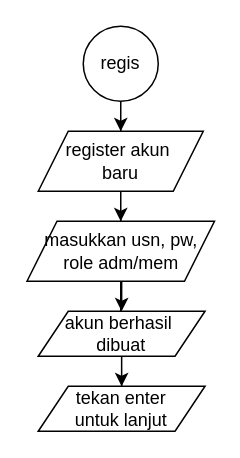
cipa-dev/praktikum-apd keeps this draw.io diagram as A1-2025/flowchart posttest apd 5 regis.drawio. Above is the earlier version. Source tidied: cells renumbered, new cells numbered last; positions are measured from the earlier drawing's top-left corner, leaving out a move shared by most shapes. Both pictures are drawn from the tidied source at 150%, with x=0, y=0 at pixel (27, 26).
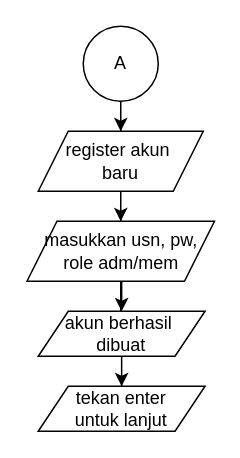
The same page after the edit.

The edit, as a diff of the source:
```diff
@@
 <mxGraphModel>
   <root>
     <mxCell id="0" />
     <mxCell id="1" parent="0" />
     <mxCell id="2" style="edgeStyle=orthogonalEdgeStyle;rounded=0;jettySize=auto;html=1;" parent="1" edge="1" source="3" target="5">
       <mxGeometry relative="1" as="geometry" />
     </mxCell>
-    <mxCell id="3" value="regis" style="ellipse;whiteSpace=wrap;html=1;" parent="1" vertex="1">
+    <mxCell id="3" value="A" style="ellipse;whiteSpace=wrap;html=1;" parent="1" vertex="1">
       <mxGeometry x="37" width="50" height="50" as="geometry" />
     </mxCell>
     <mxCell id="4" style="edgeStyle=orthogonalEdgeStyle;rounded=0;jettySize=auto;html=1;" parent="1" edge="1" source="5" target="7">
       <mxGeometry relative="1" as="geometry" />
     </mxCell>
     <mxCell id="5" value="register akun&amp;nbsp;&lt;div&gt;baru&lt;/div&gt;" style="shape=parallelogram;perimeter=parallelogramPerimeter;whiteSpace=wrap;html=1;fixedSize=1;" parent="1" vertex="1">
       <mxGeometry x="7" y="70" width="110" height="40" as="geometry" />
     </mxCell>
     <mxCell id="6" style="edgeStyle=orthogonalEdgeStyle;rounded=0;jettySize=auto;html=1;" parent="1" edge="1" source="7" target="9">
       <mxGeometry relative="1" as="geometry" />
     </mxCell>
     <mxCell id="7" value="masukkan usn,&amp;nbsp;&lt;span style=&quot;background-color: transparent; color: light-dark(rgb(0, 0, 0), rgb(255, 255, 255));&quot;&gt;pw, role adm/mem&lt;/span&gt;" style="shape=parallelogram;perimeter=parallelogramPerimeter;whiteSpace=wrap;html=1;fixedSize=1;" parent="1" vertex="1">
       <mxGeometry x="-0.5" y="130" width="125" height="40" as="geometry" />
     </mxCell>
     <mxCell id="8" style="edgeStyle=orthogonalEdgeStyle;rounded=0;jettySize=auto;html=1;" parent="1" edge="1" source="9" target="10">
       <mxGeometry relative="1" as="geometry" />
     </mxCell>
     <mxCell id="9" value="akun berhasil&amp;nbsp;&lt;div&gt;dibuat&lt;/div&gt;" style="shape=parallelogram;perimeter=parallelogramPerimeter;whiteSpace=wrap;html=1;fixedSize=1;" parent="1" vertex="1">
       <mxGeometry x="7" y="190" width="111.2" height="30" as="geometry" />
     </mxCell>
     <mxCell id="10" value="tekan enter&lt;div&gt;untuk lanjut&lt;/div&gt;" style="shape=parallelogram;perimeter=parallelogramPerimeter;whiteSpace=wrap;html=1;fixedSize=1;" parent="1" vertex="1">
       <mxGeometry x="7" y="240" width="111.2" height="30" as="geometry" />
     </mxCell>
   </root>
 </mxGraphModel>
```
